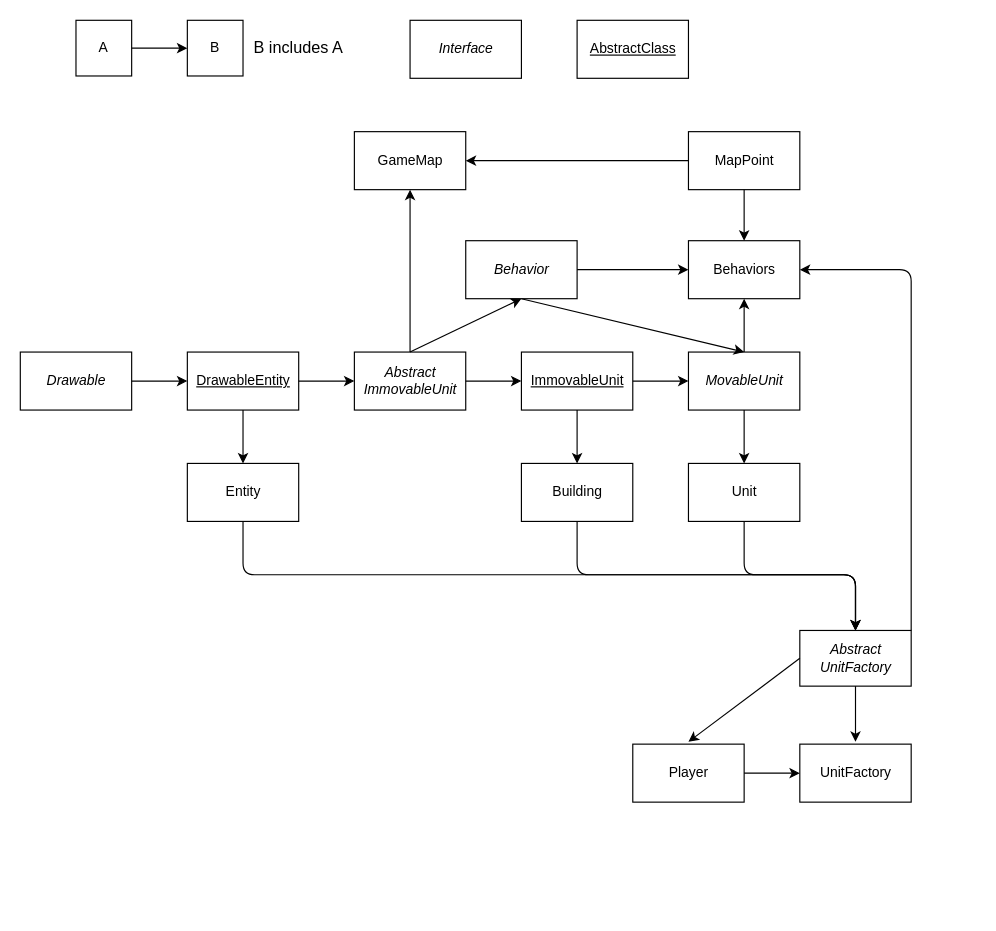
Before: dependencies.drawio in zakoden/RTS-game, a draw.io diagram. Source tidied: cells renumbered, new cells numbered last; positions are measured from the earlier drawing's top-left corner, leaving out a move shared by most shapes. Both pictures are drawn from the tidied source at 116%, with x=0, y=0 at pixel (20, 20).
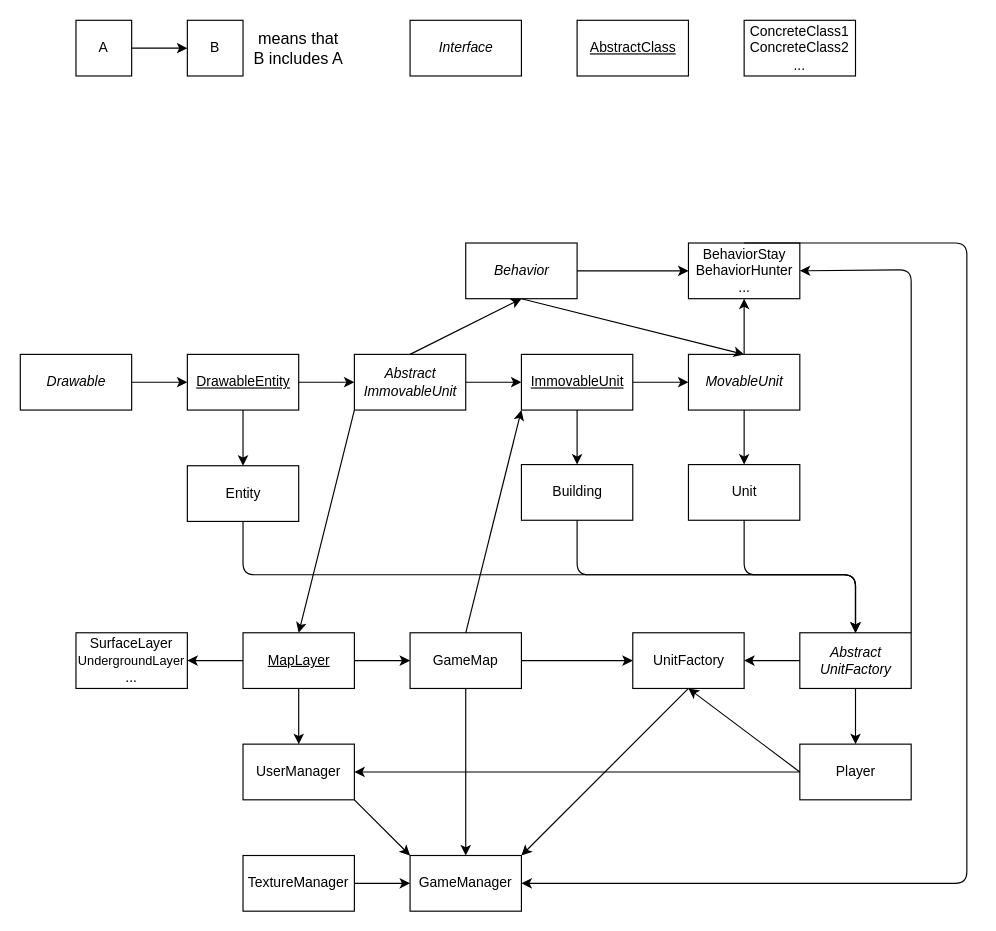
After the change.

Diff of the diagram source:
```diff
@@
     <mxCell id="2" value="Player" style="html=1;" parent="1" vertex="1">
-      <mxGeometry x="528" y="624" width="96" height="50" as="geometry" />
+      <mxGeometry x="672" y="624" width="96" height="48" as="geometry" />
     </mxCell>
-    <mxCell id="3" value="MapPoint" style="html=1;" parent="1" vertex="1">
-      <mxGeometry x="576" y="96" width="96" height="50" as="geometry" />
-    </mxCell>
-    <mxCell id="4" value="GameMap" style="html=1;" parent="1" vertex="1">
-      <mxGeometry x="288" y="96" width="96" height="50" as="geometry" />
+    <mxCell id="4" value="&lt;u&gt;MapLayer&lt;/u&gt;" style="html=1;" parent="1" vertex="1">
+      <mxGeometry x="192" y="528" width="96" height="48" as="geometry" />
     </mxCell>
     <mxCell id="5" value="UnitFactory" style="html=1;rotation=0;" parent="1" vertex="1">
-      <mxGeometry x="672" y="624" width="96" height="50" as="geometry" />
+      <mxGeometry x="528" y="528" width="96" height="48" as="geometry" />
     </mxCell>
     <mxCell id="6" value="Abstract&lt;br&gt;UnitFactory" style="html=1;fontStyle=2;" parent="1" vertex="1">
-      <mxGeometry x="672" y="526" width="96" height="48" as="geometry" />
+      <mxGeometry x="672" y="528" width="96" height="48" as="geometry" />
     </mxCell>
-    <mxCell id="7" value="Behaviors" style="html=1;" parent="1" vertex="1">
-      <mxGeometry x="576" y="190" width="96" height="50" as="geometry" />
+    <mxCell id="7" value="BehaviorStay&lt;br&gt;BehaviorHunter&lt;br&gt;..." style="html=1;" parent="1" vertex="1">
+      <mxGeometry x="576" y="192" width="96" height="48" as="geometry" />
     </mxCell>
     <mxCell id="8" value="&lt;i&gt;Behavior&lt;/i&gt;" style="html=1;" parent="1" vertex="1">
-      <mxGeometry x="384" y="190" width="96" height="50" as="geometry" />
+      <mxGeometry x="384" y="192" width="96" height="48" as="geometry" />
     </mxCell>
     <mxCell id="9" value="Entity" style="html=1;" parent="1" vertex="1">
-      <mxGeometry x="144" y="382" width="96" height="50" as="geometry" />
+      <mxGeometry x="144" y="384" width="96" height="48" as="geometry" />
     </mxCell>
     <mxCell id="10" value="Building" style="html=1;" parent="1" vertex="1">
-      <mxGeometry x="432" y="382" width="96" height="50" as="geometry" />
+      <mxGeometry x="432" y="383" width="96" height="48" as="geometry" />
     </mxCell>
     <mxCell id="11" value="Unit" style="html=1;" parent="1" vertex="1">
-      <mxGeometry x="576" y="382" width="96" height="50" as="geometry" />
+      <mxGeometry x="576" y="383" width="96" height="48" as="geometry" />
     </mxCell>
     <mxCell id="12" value="&lt;i&gt;MovableUnit&lt;/i&gt;" style="html=1;" parent="1" vertex="1">
-      <mxGeometry x="576" y="286" width="96" height="50" as="geometry" />
+      <mxGeometry x="576" y="288" width="96" height="48" as="geometry" />
     </mxCell>
     <mxCell id="13" value="&lt;u&gt;ImmovableUnit&lt;/u&gt;" style="html=1;" parent="1" vertex="1">
-      <mxGeometry x="432" y="286" width="96" height="50" as="geometry" />
+      <mxGeometry x="432" y="288" width="96" height="48" as="geometry" />
     </mxCell>
     <mxCell id="14" value="&lt;i&gt;Abstract&lt;br&gt;ImmovableUnit&lt;/i&gt;" style="html=1;" parent="1" vertex="1">
-      <mxGeometry x="288" y="286" width="96" height="50" as="geometry" />
+      <mxGeometry x="288" y="288" width="96" height="48" as="geometry" />
     </mxCell>
     <mxCell id="15" value="&lt;u&gt;DrawableEntity&lt;/u&gt;" style="html=1;" parent="1" vertex="1">
-      <mxGeometry x="144" y="286" width="96" height="50" as="geometry" />
+      <mxGeometry x="144" y="288" width="96" height="48" as="geometry" />
     </mxCell>
     <mxCell id="16" value="&lt;i&gt;Drawable&lt;/i&gt;" style="html=1;" parent="1" vertex="1">
-      <mxGeometry y="286" width="96" height="50" as="geometry" />
+      <mxGeometry y="288" width="96" height="48" as="geometry" />
     </mxCell>
@@
-    <mxCell id="26" style="endArrow=classic;html=1;exitX=0.5;exitY=1;exitDx=0;exitDy=0;entryX=0.5;entryY=0;entryDx=0;entryDy=0;" parent="1" edge="1" source="6">
-      <mxGeometry relative="1" as="geometry">
-        <mxPoint x="720" y="622" as="targetPoint" />
-      </mxGeometry>
+    <mxCell id="26" style="endArrow=classic;html=1;entryX=1;entryY=0.5;entryDx=0;entryDy=0;exitX=0;exitY=0.5;exitDx=0;exitDy=0;" parent="1" edge="1" source="6" target="5">
+      <mxGeometry relative="1" as="geometry" />
     </mxCell>
@@
-    <mxCell id="28" style="endArrow=classic;html=1;exitX=0.5;exitY=1;exitDx=0;exitDy=0;entryX=0.5;entryY=0;entryDx=0;entryDy=0;" parent="1" edge="1" source="3" target="7">
-      <mxGeometry relative="1" as="geometry" />
-    </mxCell>
-    <mxCell id="29" style="endArrow=classic;html=1;exitX=0.5;exitY=0;exitDx=0;exitDy=0;entryX=0.5;entryY=1;entryDx=0;entryDy=0;" parent="1" edge="1" source="14" target="4">
+    <mxCell id="29" style="endArrow=classic;html=1;exitX=0;exitY=1;exitDx=0;exitDy=0;entryX=0.5;entryY=0;entryDx=0;entryDy=0;" parent="1" edge="1" source="14" target="4">
       <mxGeometry relative="1" as="geometry" />
     </mxCell>
-    <mxCell id="30" style="endArrow=classic;html=1;exitX=0;exitY=0.5;exitDx=0;exitDy=0;entryX=1;entryY=0.5;entryDx=0;entryDy=0;" parent="1" edge="1" source="3" target="4">
-      <mxGeometry relative="1" as="geometry" />
-    </mxCell>
-    <mxCell id="31" style="endArrow=classic;html=1;exitX=0;exitY=0.5;exitDx=0;exitDy=0;entryX=0.5;entryY=0;entryDx=0;entryDy=0;" parent="1" edge="1" source="6">
-      <mxGeometry relative="1" as="geometry">
-        <mxPoint x="576" y="622" as="targetPoint" />
-      </mxGeometry>
+    <mxCell id="31" style="endArrow=classic;html=1;exitX=0.5;exitY=1;exitDx=0;exitDy=0;entryX=0.5;entryY=0;entryDx=0;entryDy=0;" parent="1" edge="1" source="6" target="2">
+      <mxGeometry relative="1" as="geometry" />
     </mxCell>
-    <mxCell id="32" style="endArrow=classic;html=1;exitX=1;exitY=0.5;exitDx=0;exitDy=0;entryX=0;entryY=0.5;entryDx=0;entryDy=0;" parent="1" edge="1" source="2" target="5">
+    <mxCell id="32" style="endArrow=classic;html=1;exitX=0;exitY=0.5;exitDx=0;exitDy=0;entryX=0.5;entryY=1;entryDx=0;entryDy=0;" parent="1" edge="1" source="2" target="5">
       <mxGeometry relative="1" as="geometry" />
     </mxCell>
@@
-    <mxCell id="40" value="&lt;font style=&quot;font-size: 14px&quot;&gt;B includes A&lt;/font&gt;" style="text;html=1;strokeColor=none;fillColor=none;align=center;verticalAlign=middle;whiteSpace=wrap;rounded=0;" parent="1" vertex="1">
+    <mxCell id="40" value="&lt;font style=&quot;font-size: 14px&quot;&gt;means that&lt;br&gt;B includes A&lt;/font&gt;" style="text;html=1;strokeColor=none;fillColor=none;align=center;verticalAlign=middle;whiteSpace=wrap;rounded=0;" parent="1" vertex="1">
       <mxGeometry x="192" width="96" height="48" as="geometry" />
     </mxCell>
     <mxCell id="41" value="&lt;i&gt;Interface&lt;/i&gt;" style="html=1;" parent="1" vertex="1">
-      <mxGeometry x="336" width="96" height="50" as="geometry" />
+      <mxGeometry x="336" width="96" height="48" as="geometry" />
     </mxCell>
     <mxCell id="42" value="&lt;u&gt;AbstractClass&lt;/u&gt;" style="html=1;" parent="1" vertex="1">
-      <mxGeometry x="480" width="96" height="50" as="geometry" />
+      <mxGeometry x="480" width="96" height="48" as="geometry" />
     </mxCell>
@@
+    <mxCell id="44" value="GameMap" style="rounded=0;whiteSpace=wrap;html=1;" parent="1" vertex="1">
+      <mxGeometry x="336" y="528" width="96" height="48" as="geometry" />
+    </mxCell>
+    <mxCell id="45" value="SurfaceLayer&lt;br&gt;&lt;font style=&quot;font-size: 11px&quot;&gt;UndergroundLayer&lt;/font&gt;&lt;br&gt;..." style="rounded=0;whiteSpace=wrap;html=1;" parent="1" vertex="1">
+      <mxGeometry x="48" y="528" width="96" height="48" as="geometry" />
+    </mxCell>
+    <mxCell id="46" value="ConcreteClass1&lt;br&gt;ConcreteClass2&lt;br&gt;..." style="rounded=0;whiteSpace=wrap;html=1;" parent="1" vertex="1">
+      <mxGeometry x="624" width="96" height="48" as="geometry" />
+    </mxCell>
+    <mxCell id="47" style="endArrow=classic;html=1;exitX=1;exitY=0.5;exitDx=0;exitDy=0;entryX=0;entryY=0.5;entryDx=0;entryDy=0;" parent="1" edge="1" source="44" target="5">
+      <mxGeometry relative="1" as="geometry" />
+    </mxCell>
+    <mxCell id="48" style="endArrow=classic;html=1;exitX=1;exitY=0.5;exitDx=0;exitDy=0;entryX=0;entryY=0.5;entryDx=0;entryDy=0;" parent="1" edge="1" source="4" target="44">
+      <mxGeometry relative="1" as="geometry" />
+    </mxCell>
+    <mxCell id="49" style="endArrow=classic;html=1;exitX=0.5;exitY=0;exitDx=0;exitDy=0;entryX=0;entryY=1;entryDx=0;entryDy=0;" parent="1" edge="1" source="44" target="13">
+      <mxGeometry relative="1" as="geometry" />
+    </mxCell>
+    <mxCell id="50" style="endArrow=classic;html=1;entryX=1;entryY=0.5;entryDx=0;entryDy=0;exitX=0;exitY=0.5;exitDx=0;exitDy=0;" parent="1" edge="1" source="4" target="45">
+      <mxGeometry relative="1" as="geometry" />
+    </mxCell>
+    <mxCell id="51" value="UserManager" style="rounded=0;whiteSpace=wrap;html=1;" parent="1" vertex="1">
+      <mxGeometry x="192" y="624" width="96" height="48" as="geometry" />
+    </mxCell>
+    <mxCell id="52" style="endArrow=classic;html=1;exitX=0;exitY=0.5;exitDx=0;exitDy=0;entryX=1;entryY=0.5;entryDx=0;entryDy=0;" parent="1" edge="1" source="2" target="51">
+      <mxGeometry relative="1" as="geometry" />
+    </mxCell>
+    <mxCell id="53" style="endArrow=classic;html=1;exitX=0.5;exitY=1;exitDx=0;exitDy=0;entryX=0.5;entryY=0;entryDx=0;entryDy=0;" parent="1" edge="1" source="4" target="51">
+      <mxGeometry relative="1" as="geometry" />
+    </mxCell>
+    <mxCell id="54" value="GameManager" style="rounded=0;whiteSpace=wrap;html=1;" parent="1" vertex="1">
+      <mxGeometry x="336" y="720" width="96" height="48" as="geometry" />
+    </mxCell>
+    <mxCell id="55" value="TextureManager" style="rounded=0;whiteSpace=wrap;html=1;" parent="1" vertex="1">
+      <mxGeometry x="192" y="720" width="96" height="48" as="geometry" />
+    </mxCell>
+    <mxCell id="56" style="endArrow=classic;html=1;exitX=0.5;exitY=0;exitDx=0;exitDy=0;entryX=1;entryY=0.5;entryDx=0;entryDy=0;" parent="1" edge="1" source="7" target="54">
+      <mxGeometry relative="1" as="geometry">
+        <Array as="points">
+          <mxPoint x="816" y="192" />
+          <mxPoint x="816" y="744" />
+        </Array>
+      </mxGeometry>
+    </mxCell>
+    <mxCell id="57" style="endArrow=classic;html=1;entryX=0;entryY=0;entryDx=0;entryDy=0;exitX=1;exitY=1;exitDx=0;exitDy=0;" parent="1" edge="1" source="51" target="54">
+      <mxGeometry relative="1" as="geometry" />
+    </mxCell>
+    <mxCell id="58" style="endArrow=classic;html=1;exitX=1;exitY=0.5;exitDx=0;exitDy=0;entryX=0;entryY=0.5;entryDx=0;entryDy=0;" parent="1" edge="1" source="55" target="54">
+      <mxGeometry relative="1" as="geometry" />
+    </mxCell>
+    <mxCell id="59" style="endArrow=classic;html=1;exitX=0.5;exitY=1;exitDx=0;exitDy=0;entryX=0.5;entryY=0;entryDx=0;entryDy=0;" parent="1" edge="1" source="44" target="54">
+      <mxGeometry relative="1" as="geometry" />
+    </mxCell>
+    <mxCell id="60" style="endArrow=classic;html=1;exitX=0.5;exitY=1;exitDx=0;exitDy=0;entryX=1;entryY=0;entryDx=0;entryDy=0;" parent="1" edge="1" source="5" target="54">
+      <mxGeometry relative="1" as="geometry" />
+    </mxCell>
```
